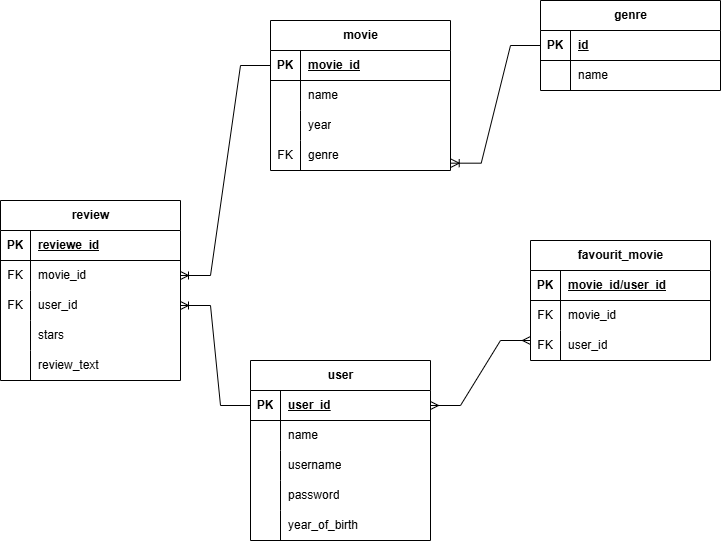
The draw.io diagram movies_er.drawio.png in jennioksman/movie_service, before a commit. Source tidied: cells renumbered, new cells last; positions are measured from the earlier drawing's top-left corner, leaving out a move shared by most shapes.
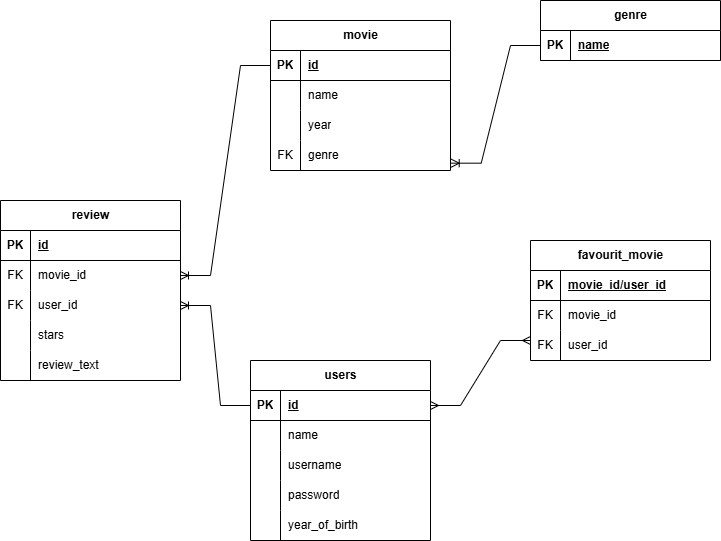
The same file after the commit.

What changed in the source:
```diff
@@ -2,7 +2,7 @@
   <root>
     <mxCell id="0" />
     <mxCell id="1" parent="0" />
-    <mxCell id="2" value="user" style="shape=table;startSize=30;rowLines=0;fontStyle=1;align=center;html=1;" parent="1" vertex="1">
+    <mxCell id="2" value="users" style="shape=table;startSize=30;rowLines=0;fontStyle=1;align=center;html=1;" parent="1" vertex="1">
       <mxGeometry x="250" y="360" width="180" height="180" as="geometry" />
     </mxCell>
     <mxCell id="3" style="shape=tableRow;horizontal=0;startSize=0;swimlaneHead=0;swimlaneBody=0;fillColor=none;points=[[0,0.5],[1,0.5]];portConstraint=eastwest;top=0;left=0;right=0;bottom=1;" parent="2" vertex="1">
@@ -11,7 +11,7 @@
     <mxCell id="4" value="PK" style="shape=partialRectangle;fillColor=none;top=0;left=0;bottom=0;right=0;fontStyle=1;overflow=hidden;whiteSpace=wrap;html=1;" parent="3" vertex="1">
       <mxGeometry width="30" height="30" as="geometry" />
     </mxCell>
-    <mxCell id="5" value="user_id" style="shape=partialRectangle;fillColor=none;top=0;left=0;bottom=0;right=0;align=left;spacingLeft=6;fontStyle=5;overflow=hidden;whiteSpace=wrap;html=1;" parent="3" vertex="1">
+    <mxCell id="5" value="id" style="shape=partialRectangle;fillColor=none;top=0;left=0;bottom=0;right=0;align=left;spacingLeft=6;fontStyle=5;overflow=hidden;whiteSpace=wrap;html=1;" parent="3" vertex="1">
       <mxGeometry x="30" width="150" height="30" as="geometry" />
     </mxCell>
     <mxCell id="6" style="shape=tableRow;horizontal=0;startSize=0;swimlaneHead=0;swimlaneBody=0;fillColor=none;top=0;left=0;right=0;bottom=0;" parent="2" vertex="1">
@@ -51,7 +51,7 @@
       <mxGeometry x="30" width="150" height="30" as="geometry" />
     </mxCell>
     <mxCell id="18" value="genre" style="shape=table;startSize=30;rowLines=0;fontStyle=1;align=center;html=1;" parent="1" vertex="1">
-      <mxGeometry x="540" width="180" height="90" as="geometry" />
+      <mxGeometry x="540" width="180" height="60" as="geometry" />
     </mxCell>
     <mxCell id="19" style="shape=tableRow;horizontal=0;startSize=0;swimlaneHead=0;swimlaneBody=0;fillColor=none;points=[[0,0.5],[1,0.5]];portConstraint=eastwest;top=0;left=0;right=0;bottom=1;" parent="18" vertex="1">
       <mxGeometry y="30" width="180" height="30" as="geometry" />
@@ -59,18 +59,9 @@
     <mxCell id="20" value="PK" style="shape=partialRectangle;fillColor=none;top=0;left=0;bottom=0;right=0;fontStyle=1;overflow=hidden;whiteSpace=wrap;html=1;" parent="19" vertex="1">
       <mxGeometry width="30" height="30" as="geometry" />
     </mxCell>
-    <mxCell id="21" value="id" style="shape=partialRectangle;fillColor=none;top=0;left=0;bottom=0;right=0;align=left;spacingLeft=6;fontStyle=5;overflow=hidden;whiteSpace=wrap;html=1;" parent="19" vertex="1">
+    <mxCell id="21" value="name" style="shape=partialRectangle;fillColor=none;top=0;left=0;bottom=0;right=0;align=left;spacingLeft=6;fontStyle=5;overflow=hidden;whiteSpace=wrap;html=1;" parent="19" vertex="1">
       <mxGeometry x="30" width="150" height="30" as="geometry" />
     </mxCell>
-    <mxCell id="22" style="shape=tableRow;horizontal=0;startSize=0;swimlaneHead=0;swimlaneBody=0;fillColor=none;top=0;left=0;right=0;bottom=0;" parent="18" vertex="1">
-      <mxGeometry y="60" width="180" height="30" as="geometry" />
-    </mxCell>
-    <mxCell id="23" style="shape=partialRectangle;fillColor=none;top=0;left=0;bottom=0;right=0;overflow=hidden;whiteSpace=wrap;html=1;" parent="22" vertex="1">
-      <mxGeometry width="30" height="30" as="geometry" />
-    </mxCell>
-    <mxCell id="24" value="name" style="shape=partialRectangle;fillColor=none;top=0;left=0;bottom=0;right=0;align=left;spacingLeft=6;overflow=hidden;whiteSpace=wrap;html=1;" parent="22" vertex="1">
-      <mxGeometry x="30" width="150" height="30" as="geometry" />
-    </mxCell>
     <mxCell id="25" value="movie" style="shape=table;startSize=30;rowLines=0;fontStyle=1;align=center;html=1;" parent="1" vertex="1">
       <mxGeometry x="270" y="20" width="180" height="150" as="geometry" />
     </mxCell>
@@ -80,7 +71,7 @@
     <mxCell id="27" value="PK" style="shape=partialRectangle;fillColor=none;top=0;left=0;bottom=0;right=0;fontStyle=1;overflow=hidden;whiteSpace=wrap;html=1;" parent="26" vertex="1">
       <mxGeometry width="30" height="30" as="geometry" />
     </mxCell>
-    <mxCell id="28" value="movie_id" style="shape=partialRectangle;fillColor=none;top=0;left=0;bottom=0;right=0;align=left;spacingLeft=6;fontStyle=5;overflow=hidden;whiteSpace=wrap;html=1;" parent="26" vertex="1">
+    <mxCell id="28" value="id" style="shape=partialRectangle;fillColor=none;top=0;left=0;bottom=0;right=0;align=left;spacingLeft=6;fontStyle=5;overflow=hidden;whiteSpace=wrap;html=1;" parent="26" vertex="1">
       <mxGeometry x="30" width="150" height="30" as="geometry" />
     </mxCell>
     <mxCell id="29" style="shape=tableRow;horizontal=0;startSize=0;swimlaneHead=0;swimlaneBody=0;fillColor=none;top=0;left=0;right=0;bottom=0;" parent="25" vertex="1">
@@ -149,7 +140,7 @@
     <mxCell id="50" value="PK" style="shape=partialRectangle;fillColor=none;top=0;left=0;bottom=0;right=0;fontStyle=1;overflow=hidden;whiteSpace=wrap;html=1;" parent="49" vertex="1">
       <mxGeometry width="30" height="30" as="geometry" />
     </mxCell>
-    <mxCell id="51" value="reviewe_id" style="shape=partialRectangle;fillColor=none;top=0;left=0;bottom=0;right=0;align=left;spacingLeft=6;fontStyle=5;overflow=hidden;whiteSpace=wrap;html=1;" parent="49" vertex="1">
+    <mxCell id="51" value="id" style="shape=partialRectangle;fillColor=none;top=0;left=0;bottom=0;right=0;align=left;spacingLeft=6;fontStyle=5;overflow=hidden;whiteSpace=wrap;html=1;" parent="49" vertex="1">
       <mxGeometry x="30" width="150" height="30" as="geometry" />
     </mxCell>
     <mxCell id="52" style="shape=tableRow;horizontal=0;startSize=0;swimlaneHead=0;swimlaneBody=0;fillColor=none;points=[[0,0.5],[1,0.5]];portConstraint=eastwest;top=0;left=0;right=0;bottom=0;" parent="48" vertex="1">
```
